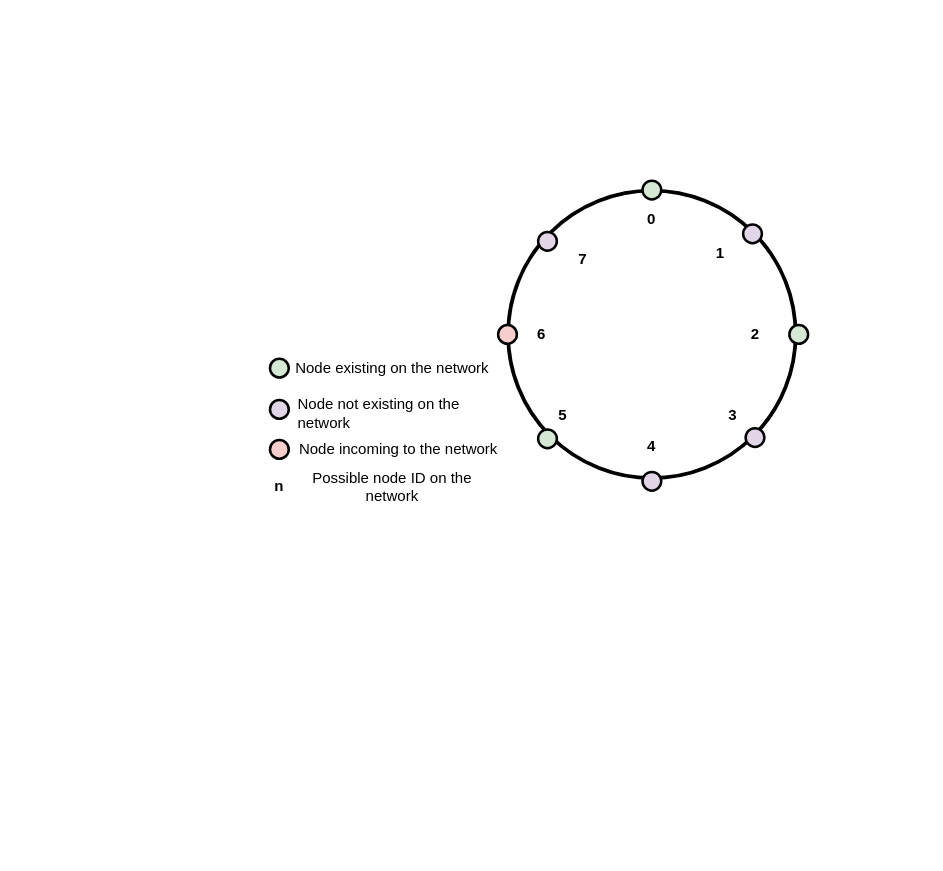
Earlier version of the draw.io diagram docs/images/faq_q2.drawio (DCN-project/nibble-sim). Source tidied: cells renumbered, new cells numbered last; positions are measured from the earlier drawing's top-left corner, leaving out a move shared by most shapes. Both pictures are drawn from the tidied source at 125%, with x=0, y=0 at pixel (254, 180).
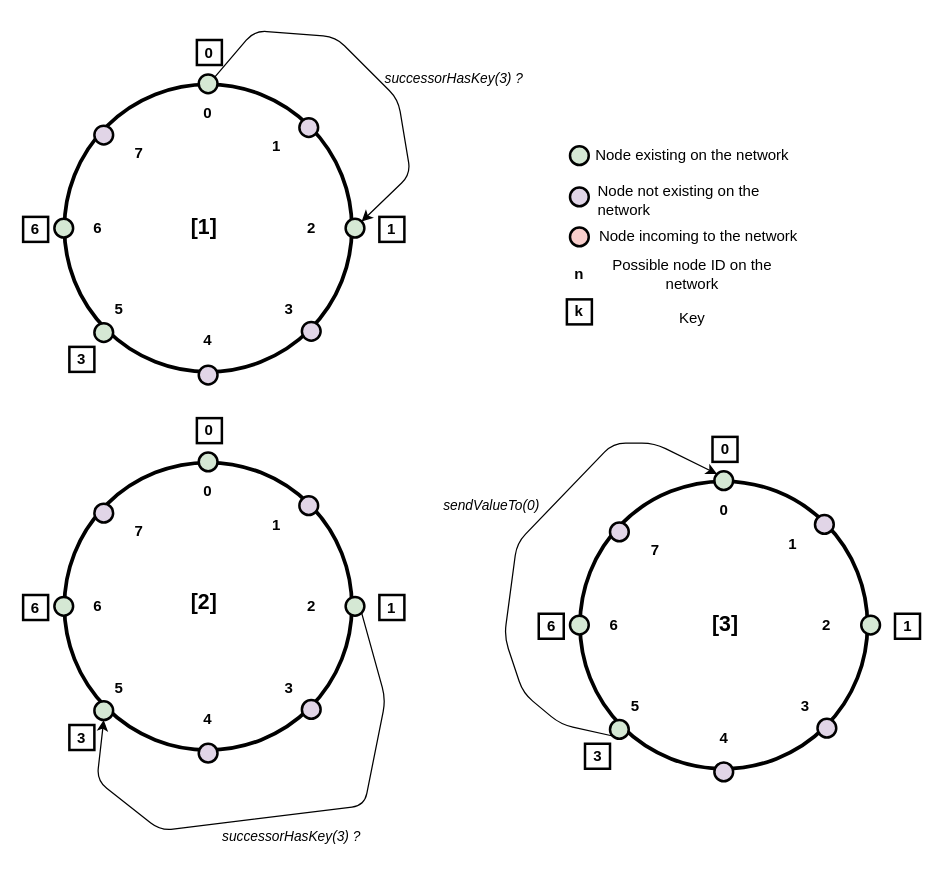
After the change.

Unchanged cells that the change refers to:
```xml
<mxCell id="6" style="ellipse;whiteSpace=wrap;html=1;strokeWidth=2;fillColor=#d5e8d4;" parent="2" vertex="1">
  <mxGeometry x="115.5" width="15" height="15" as="geometry" />
</mxCell>
<mxCell id="7" style="ellipse;whiteSpace=wrap;html=1;strokeWidth=2;fillColor=#d5e8d4;" parent="2" vertex="1">
  <mxGeometry x="233" y="115.5" width="15" height="15" as="geometry" />
</mxCell>
```

What changed in the source:
```diff
@@
+    <mxCell id="30" style="group;" parent="1" vertex="1">
+      <mxGeometry x="240" y="-30" width="197.5" height="150" as="geometry" />
+    </mxCell>
+    <mxCell id="21" value="Node not existing on the network" style="text;html=1;strokeColor=none;fillColor=none;align=left;verticalAlign=middle;whiteSpace=wrap;rounded=0;" parent="30" vertex="1">
+      <mxGeometry x="32.5" y="35.5" width="165" height="20" as="geometry" />
+    </mxCell>
+    <mxCell id="22" value="Node incoming to the network" style="text;html=1;strokeColor=none;fillColor=none;align=center;verticalAlign=middle;whiteSpace=wrap;rounded=0;" parent="30" vertex="1">
+      <mxGeometry x="32.5" y="65" width="165" height="20" as="geometry" />
+    </mxCell>
+    <mxCell id="24" value="&lt;b&gt;n&lt;/b&gt;" style="text;html=1;strokeColor=none;fillColor=none;align=center;verticalAlign=middle;whiteSpace=wrap;rounded=0;" parent="30" vertex="1">
+      <mxGeometry y="95" width="40" height="20" as="geometry" />
+    </mxCell>
+    <mxCell id="25" style="ellipse;whiteSpace=wrap;html=1;strokeWidth=2;fillColor=#d5e8d4;" parent="30" vertex="1">
+      <mxGeometry x="12.5" y="2.5" width="15" height="15" as="geometry" />
+    </mxCell>
+    <mxCell id="26" style="ellipse;whiteSpace=wrap;html=1;strokeWidth=2;fillColor=#e1d5e7;" parent="30" vertex="1">
+      <mxGeometry x="12.5" y="35.5" width="15" height="15" as="geometry" />
+    </mxCell>
+    <mxCell id="27" style="ellipse;whiteSpace=wrap;html=1;strokeWidth=2;fillColor=#f8cecc;" parent="30" vertex="1">
+      <mxGeometry x="12.5" y="67.5" width="15" height="15" as="geometry" />
+    </mxCell>
+    <mxCell id="28" value="Node existing on the network" style="text;html=1;strokeColor=none;fillColor=none;align=center;verticalAlign=middle;whiteSpace=wrap;rounded=0;" parent="30" vertex="1">
+      <mxGeometry x="27.5" width="165" height="20" as="geometry" />
+    </mxCell>
+    <mxCell id="29" value="Possible node ID on the network" style="text;html=1;strokeColor=none;fillColor=none;align=center;verticalAlign=middle;whiteSpace=wrap;rounded=0;" parent="30" vertex="1">
+      <mxGeometry x="27.5" y="95" width="165" height="20" as="geometry" />
+    </mxCell>
+    <mxCell id="31" value="&lt;b&gt;k&lt;/b&gt;" style="text;html=1;fillColor=none;align=center;verticalAlign=middle;whiteSpace=wrap;rounded=0;strokeColor=#000000;strokeWidth=2;" parent="30" vertex="1">
+      <mxGeometry x="10" y="125" width="20" height="20" as="geometry" />
+    </mxCell>
+    <mxCell id="32" value="Key" style="text;html=1;strokeColor=none;fillColor=none;align=center;verticalAlign=middle;whiteSpace=wrap;rounded=0;" parent="30" vertex="1">
+      <mxGeometry x="27.5" y="130" width="165" height="20" as="geometry" />
+    </mxCell>
+    <mxCell id="33" style="group;" parent="1" vertex="1">
+      <mxGeometry x="-185" y="-112.5" width="415" height="275.5" as="geometry" />
+    </mxCell>
-    <mxCell id="2" style="group;" parent="1" vertex="1">
-      <mxGeometry x="195" width="248" height="248" as="geometry" />
+    <mxCell id="2" style="group;" parent="33" vertex="1">
+      <mxGeometry x="25" y="27.5" width="248" height="248" as="geometry" />
     </mxCell>
@@
-    <mxCell id="5" style="ellipse;whiteSpace=wrap;html=1;strokeWidth=2;fillColor=#f8cecc;" parent="2" vertex="1">
+    <mxCell id="5" style="ellipse;whiteSpace=wrap;html=1;strokeWidth=2;fillColor=#d5e8d4;" parent="2" vertex="1">
       <mxGeometry y="115.5" width="15" height="15" as="geometry" />
     </mxCell>
@@
-    <mxCell id="20" style="group;" parent="1" vertex="1">
-      <mxGeometry y="140" width="197.5" height="115" as="geometry" />
-    </mxCell>
-    <mxCell id="21" value="Node not existing on the network" style="text;html=1;strokeColor=none;fillColor=none;align=left;verticalAlign=middle;whiteSpace=wrap;rounded=0;" parent="20" vertex="1">
-      <mxGeometry x="32.5" y="35.5" width="165" height="20" as="geometry" />
-    </mxCell>
-    <mxCell id="22" value="Node incoming to the network" style="text;html=1;strokeColor=none;fillColor=none;align=center;verticalAlign=middle;whiteSpace=wrap;rounded=0;" parent="20" vertex="1">
-      <mxGeometry x="32.5" y="65" width="165" height="20" as="geometry" />
-    </mxCell>
-    <mxCell id="23" style="group;" parent="20" vertex="1">
-      <mxGeometry width="192.5" height="115" as="geometry" />
-    </mxCell>
-    <mxCell id="24" value="&lt;b&gt;n&lt;/b&gt;" style="text;html=1;strokeColor=none;fillColor=none;align=center;verticalAlign=middle;whiteSpace=wrap;rounded=0;" parent="23" vertex="1">
-      <mxGeometry y="95" width="40" height="20" as="geometry" />
-    </mxCell>
-    <mxCell id="25" style="ellipse;whiteSpace=wrap;html=1;strokeWidth=2;fillColor=#d5e8d4;" parent="23" vertex="1">
-      <mxGeometry x="12.5" y="2.5" width="15" height="15" as="geometry" />
-    </mxCell>
-    <mxCell id="26" style="ellipse;whiteSpace=wrap;html=1;strokeWidth=2;fillColor=#e1d5e7;" parent="23" vertex="1">
-      <mxGeometry x="12.5" y="35.5" width="15" height="15" as="geometry" />
-    </mxCell>
-    <mxCell id="27" style="ellipse;whiteSpace=wrap;html=1;strokeWidth=2;fillColor=#f8cecc;" parent="23" vertex="1">
-      <mxGeometry x="12.5" y="67.5" width="15" height="15" as="geometry" />
-    </mxCell>
-    <mxCell id="28" value="Node existing on the network" style="text;html=1;strokeColor=none;fillColor=none;align=center;verticalAlign=middle;whiteSpace=wrap;rounded=0;" parent="23" vertex="1">
-      <mxGeometry x="27.5" width="165" height="20" as="geometry" />
-    </mxCell>
-    <mxCell id="29" value="Possible node ID on the network" style="text;html=1;strokeColor=none;fillColor=none;align=center;verticalAlign=middle;whiteSpace=wrap;rounded=0;" parent="23" vertex="1">
-      <mxGeometry x="27.5" y="95" width="165" height="20" as="geometry" />
-    </mxCell>
+    <mxCell id="34" style="endArrow=classic;html=1;exitX=1;exitY=0;exitDx=0;exitDy=0;entryX=1;entryY=0;entryDx=0;entryDy=0;" parent="2" edge="1" source="6" target="7">
+      <mxGeometry relative="1" as="geometry">
+        <Array as="points">
+          <mxPoint x="160" y="-35" />
+          <mxPoint x="225" y="-30" />
+          <mxPoint x="275" y="20" />
+          <mxPoint x="285" y="80" />
+        </Array>
+      </mxGeometry>
+    </mxCell>
+    <mxCell id="35" value="&lt;b&gt;3&lt;/b&gt;" style="text;html=1;fillColor=none;align=center;verticalAlign=middle;whiteSpace=wrap;rounded=0;strokeColor=#000000;strokeWidth=2;" parent="2" vertex="1">
+      <mxGeometry x="12" y="218" width="20" height="20" as="geometry" />
+    </mxCell>
+    <mxCell id="36" value="&lt;font style=&quot;font-size: 17px&quot;&gt;&lt;b&gt;[1]&lt;/b&gt;&lt;/font&gt;" style="text;html=1;strokeColor=none;fillColor=none;align=center;verticalAlign=middle;whiteSpace=wrap;rounded=0;" parent="2" vertex="1">
+      <mxGeometry x="100" y="113" width="40" height="20" as="geometry" />
+    </mxCell>
+    <mxCell id="37" value="&lt;b&gt;0&lt;/b&gt;" style="text;html=1;fillColor=none;align=center;verticalAlign=middle;whiteSpace=wrap;rounded=0;strokeColor=#000000;strokeWidth=2;" parent="33" vertex="1">
+      <mxGeometry x="139" width="20" height="20" as="geometry" />
+    </mxCell>
+    <mxCell id="38" value="&lt;b&gt;1&lt;/b&gt;" style="text;html=1;fillColor=none;align=center;verticalAlign=middle;whiteSpace=wrap;rounded=0;strokeColor=#000000;strokeWidth=2;" parent="33" vertex="1">
+      <mxGeometry x="285" y="141.5" width="20" height="20" as="geometry" />
+    </mxCell>
+    <mxCell id="39" value="&lt;b&gt;6&lt;/b&gt;" style="text;html=1;fillColor=none;align=center;verticalAlign=middle;whiteSpace=wrap;rounded=0;strokeColor=#000000;strokeWidth=2;" parent="33" vertex="1">
+      <mxGeometry y="141.5" width="20" height="20" as="geometry" />
+    </mxCell>
+    <mxCell id="40" value="&lt;i&gt;&lt;font style=&quot;font-size: 11px&quot;&gt;successorHasKey(3) ?&lt;/font&gt;&lt;/i&gt;" style="text;html=1;strokeColor=none;fillColor=none;align=center;verticalAlign=middle;whiteSpace=wrap;rounded=0;" parent="33" vertex="1">
+      <mxGeometry x="275" y="20" width="140" height="20" as="geometry" />
+    </mxCell>
+    <mxCell id="41" style="group;" parent="1" vertex="1">
+      <mxGeometry x="-185" y="190" width="305" height="345" as="geometry" />
+    </mxCell>
+    <mxCell id="42" style="group;" parent="41" vertex="1">
+      <mxGeometry x="25" y="27.5" width="248" height="248" as="geometry" />
+    </mxCell>
+    <mxCell id="43" style="ellipse;whiteSpace=wrap;html=1;fillColor=none;strokeWidth=3;" parent="42" vertex="1">
+      <mxGeometry x="8" y="8" width="230" height="230" as="geometry" />
+    </mxCell>
+    <mxCell id="44" style="ellipse;whiteSpace=wrap;html=1;strokeWidth=2;fillColor=#e1d5e7;" parent="42" vertex="1">
+      <mxGeometry x="115.5" y="233" width="15" height="15" as="geometry" />
+    </mxCell>
+    <mxCell id="45" style="ellipse;whiteSpace=wrap;html=1;strokeWidth=2;fillColor=#d5e8d4;" parent="42" vertex="1">
+      <mxGeometry y="115.5" width="15" height="15" as="geometry" />
+    </mxCell>
+    <mxCell id="46" style="ellipse;whiteSpace=wrap;html=1;strokeWidth=2;fillColor=#d5e8d4;" parent="42" vertex="1">
+      <mxGeometry x="115.5" width="15" height="15" as="geometry" />
+    </mxCell>
+    <mxCell id="47" style="ellipse;whiteSpace=wrap;html=1;strokeWidth=2;fillColor=#d5e8d4;" parent="42" vertex="1">
+      <mxGeometry x="233" y="115.5" width="15" height="15" as="geometry" />
+    </mxCell>
+    <mxCell id="48" style="ellipse;whiteSpace=wrap;html=1;strokeWidth=2;fillColor=#e1d5e7;" parent="42" vertex="1">
+      <mxGeometry x="198" y="198" width="15" height="15" as="geometry" />
+    </mxCell>
+    <mxCell id="49" style="ellipse;whiteSpace=wrap;html=1;strokeWidth=2;fillColor=#d5e8d4;" parent="42" vertex="1">
+      <mxGeometry x="32" y="199" width="15" height="15" as="geometry" />
+    </mxCell>
+    <mxCell id="50" style="ellipse;whiteSpace=wrap;html=1;strokeWidth=2;fillColor=#e1d5e7;" parent="42" vertex="1">
+      <mxGeometry x="32" y="41" width="15" height="15" as="geometry" />
+    </mxCell>
+    <mxCell id="51" style="ellipse;whiteSpace=wrap;html=1;strokeWidth=2;fillColor=#e1d5e7;" parent="42" vertex="1">
+      <mxGeometry x="196" y="35" width="15" height="15" as="geometry" />
+    </mxCell>
+    <mxCell id="52" value="&lt;b&gt;0&lt;/b&gt;" style="text;html=1;strokeColor=none;fillColor=none;align=center;verticalAlign=middle;whiteSpace=wrap;rounded=0;" parent="42" vertex="1">
+      <mxGeometry x="103" y="21" width="40" height="20" as="geometry" />
+    </mxCell>
+    <mxCell id="53" value="&lt;b&gt;1&lt;/b&gt;" style="text;html=1;strokeColor=none;fillColor=none;align=center;verticalAlign=middle;whiteSpace=wrap;rounded=0;" parent="42" vertex="1">
+      <mxGeometry x="158" y="48" width="40" height="20" as="geometry" />
+    </mxCell>
+    <mxCell id="54" value="&lt;b&gt;2&lt;/b&gt;" style="text;html=1;strokeColor=none;fillColor=none;align=center;verticalAlign=middle;whiteSpace=wrap;rounded=0;" parent="42" vertex="1">
+      <mxGeometry x="185.5" y="113" width="40" height="20" as="geometry" />
+    </mxCell>
+    <mxCell id="55" value="&lt;b&gt;3&lt;/b&gt;" style="text;html=1;strokeColor=none;fillColor=none;align=center;verticalAlign=middle;whiteSpace=wrap;rounded=0;" parent="42" vertex="1">
+      <mxGeometry x="168" y="178" width="40" height="20" as="geometry" />
+    </mxCell>
+    <mxCell id="56" value="&lt;b&gt;4&lt;/b&gt;" style="text;html=1;strokeColor=none;fillColor=none;align=center;verticalAlign=middle;whiteSpace=wrap;rounded=0;" parent="42" vertex="1">
+      <mxGeometry x="103" y="203" width="40" height="20" as="geometry" />
+    </mxCell>
+    <mxCell id="57" value="&lt;b&gt;5&lt;/b&gt;" style="text;html=1;strokeColor=none;fillColor=none;align=center;verticalAlign=middle;whiteSpace=wrap;rounded=0;" parent="42" vertex="1">
+      <mxGeometry x="32" y="178" width="40" height="20" as="geometry" />
+    </mxCell>
+    <mxCell id="58" value="&lt;b&gt;6&lt;/b&gt;" style="text;html=1;strokeColor=none;fillColor=none;align=center;verticalAlign=middle;whiteSpace=wrap;rounded=0;" parent="42" vertex="1">
+      <mxGeometry x="15" y="113" width="40" height="20" as="geometry" />
+    </mxCell>
+    <mxCell id="59" value="&lt;b&gt;7&lt;/b&gt;" style="text;html=1;strokeColor=none;fillColor=none;align=center;verticalAlign=middle;whiteSpace=wrap;rounded=0;" parent="42" vertex="1">
+      <mxGeometry x="48" y="53" width="40" height="20" as="geometry" />
+    </mxCell>
+    <mxCell id="60" value="&lt;b&gt;3&lt;/b&gt;" style="text;html=1;fillColor=none;align=center;verticalAlign=middle;whiteSpace=wrap;rounded=0;strokeColor=#000000;strokeWidth=2;" parent="42" vertex="1">
+      <mxGeometry x="12" y="218" width="20" height="20" as="geometry" />
+    </mxCell>
+    <mxCell id="61" style="endArrow=classic;html=1;exitX=1;exitY=1;exitDx=0;exitDy=0;entryX=0.5;entryY=1;entryDx=0;entryDy=0;" parent="42" edge="1" source="47" target="49">
+      <mxGeometry relative="1" as="geometry">
+        <Array as="points">
+          <mxPoint x="265" y="197.5" />
+          <mxPoint x="248" y="282.5" />
+          <mxPoint x="85" y="302.5" />
+          <mxPoint x="34" y="262.5" />
+        </Array>
+      </mxGeometry>
+    </mxCell>
+    <mxCell id="62" value="&lt;font style=&quot;font-size: 17px&quot;&gt;&lt;b&gt;[2]&lt;/b&gt;&lt;/font&gt;" style="text;html=1;strokeColor=none;fillColor=none;align=center;verticalAlign=middle;whiteSpace=wrap;rounded=0;" parent="42" vertex="1">
+      <mxGeometry x="100" y="110.5" width="40" height="20" as="geometry" />
+    </mxCell>
+    <mxCell id="63" value="&lt;b&gt;0&lt;/b&gt;" style="text;html=1;fillColor=none;align=center;verticalAlign=middle;whiteSpace=wrap;rounded=0;strokeColor=#000000;strokeWidth=2;" parent="41" vertex="1">
+      <mxGeometry x="139" width="20" height="20" as="geometry" />
+    </mxCell>
+    <mxCell id="64" value="&lt;b&gt;1&lt;/b&gt;" style="text;html=1;fillColor=none;align=center;verticalAlign=middle;whiteSpace=wrap;rounded=0;strokeColor=#000000;strokeWidth=2;" parent="41" vertex="1">
+      <mxGeometry x="285" y="141.5" width="20" height="20" as="geometry" />
+    </mxCell>
+    <mxCell id="65" value="&lt;b&gt;6&lt;/b&gt;" style="text;html=1;fillColor=none;align=center;verticalAlign=middle;whiteSpace=wrap;rounded=0;strokeColor=#000000;strokeWidth=2;" parent="41" vertex="1">
+      <mxGeometry y="141.5" width="20" height="20" as="geometry" />
+    </mxCell>
+    <mxCell id="66" value="&lt;i&gt;&lt;font style=&quot;font-size: 11px&quot;&gt;successorHasKey(3) ?&lt;/font&gt;&lt;/i&gt;" style="text;html=1;strokeColor=none;fillColor=none;align=center;verticalAlign=middle;whiteSpace=wrap;rounded=0;" parent="41" vertex="1">
+      <mxGeometry x="145" y="325" width="140" height="20" as="geometry" />
+    </mxCell>
+    <mxCell id="67" style="group;" parent="1" vertex="1">
+      <mxGeometry x="120" y="205" width="412.5" height="275.5" as="geometry" />
+    </mxCell>
+    <mxCell id="68" style="group;" parent="67" vertex="1">
+      <mxGeometry x="132.5" y="27.5" width="248" height="248" as="geometry" />
+    </mxCell>
+    <mxCell id="69" style="ellipse;whiteSpace=wrap;html=1;fillColor=none;strokeWidth=3;" parent="68" vertex="1">
+      <mxGeometry x="8" y="8" width="230" height="230" as="geometry" />
+    </mxCell>
+    <mxCell id="70" style="ellipse;whiteSpace=wrap;html=1;strokeWidth=2;fillColor=#e1d5e7;" parent="68" vertex="1">
+      <mxGeometry x="115.5" y="233" width="15" height="15" as="geometry" />
+    </mxCell>
+    <mxCell id="71" style="ellipse;whiteSpace=wrap;html=1;strokeWidth=2;fillColor=#d5e8d4;" parent="68" vertex="1">
+      <mxGeometry y="115.5" width="15" height="15" as="geometry" />
+    </mxCell>
+    <mxCell id="72" style="ellipse;whiteSpace=wrap;html=1;strokeWidth=2;fillColor=#d5e8d4;" parent="68" vertex="1">
+      <mxGeometry x="115.5" width="15" height="15" as="geometry" />
+    </mxCell>
+    <mxCell id="73" style="ellipse;whiteSpace=wrap;html=1;strokeWidth=2;fillColor=#d5e8d4;" parent="68" vertex="1">
+      <mxGeometry x="233" y="115.5" width="15" height="15" as="geometry" />
+    </mxCell>
+    <mxCell id="74" style="ellipse;whiteSpace=wrap;html=1;strokeWidth=2;fillColor=#e1d5e7;" parent="68" vertex="1">
+      <mxGeometry x="198" y="198" width="15" height="15" as="geometry" />
+    </mxCell>
+    <mxCell id="75" style="ellipse;whiteSpace=wrap;html=1;strokeWidth=2;fillColor=#d5e8d4;" parent="68" vertex="1">
+      <mxGeometry x="32" y="199" width="15" height="15" as="geometry" />
+    </mxCell>
+    <mxCell id="76" style="ellipse;whiteSpace=wrap;html=1;strokeWidth=2;fillColor=#e1d5e7;" parent="68" vertex="1">
+      <mxGeometry x="32" y="41" width="15" height="15" as="geometry" />
+    </mxCell>
+    <mxCell id="77" style="ellipse;whiteSpace=wrap;html=1;strokeWidth=2;fillColor=#e1d5e7;" parent="68" vertex="1">
+      <mxGeometry x="196" y="35" width="15" height="15" as="geometry" />
+    </mxCell>
+    <mxCell id="78" value="&lt;b&gt;0&lt;/b&gt;" style="text;html=1;strokeColor=none;fillColor=none;align=center;verticalAlign=middle;whiteSpace=wrap;rounded=0;" parent="68" vertex="1">
+      <mxGeometry x="103" y="21" width="40" height="20" as="geometry" />
+    </mxCell>
+    <mxCell id="79" value="&lt;b&gt;1&lt;/b&gt;" style="text;html=1;strokeColor=none;fillColor=none;align=center;verticalAlign=middle;whiteSpace=wrap;rounded=0;" parent="68" vertex="1">
+      <mxGeometry x="158" y="48" width="40" height="20" as="geometry" />
+    </mxCell>
+    <mxCell id="80" value="&lt;b&gt;2&lt;/b&gt;" style="text;html=1;strokeColor=none;fillColor=none;align=center;verticalAlign=middle;whiteSpace=wrap;rounded=0;" parent="68" vertex="1">
+      <mxGeometry x="185.5" y="113" width="40" height="20" as="geometry" />
+    </mxCell>
+    <mxCell id="81" value="&lt;b&gt;3&lt;/b&gt;" style="text;html=1;strokeColor=none;fillColor=none;align=center;verticalAlign=middle;whiteSpace=wrap;rounded=0;" parent="68" vertex="1">
+      <mxGeometry x="168" y="178" width="40" height="20" as="geometry" />
+    </mxCell>
+    <mxCell id="82" value="&lt;b&gt;4&lt;/b&gt;" style="text;html=1;strokeColor=none;fillColor=none;align=center;verticalAlign=middle;whiteSpace=wrap;rounded=0;" parent="68" vertex="1">
+      <mxGeometry x="103" y="203" width="40" height="20" as="geometry" />
+    </mxCell>
+    <mxCell id="83" value="&lt;b&gt;5&lt;/b&gt;" style="text;html=1;strokeColor=none;fillColor=none;align=center;verticalAlign=middle;whiteSpace=wrap;rounded=0;" parent="68" vertex="1">
+      <mxGeometry x="32" y="178" width="40" height="20" as="geometry" />
+    </mxCell>
+    <mxCell id="84" value="&lt;b&gt;6&lt;/b&gt;" style="text;html=1;strokeColor=none;fillColor=none;align=center;verticalAlign=middle;whiteSpace=wrap;rounded=0;" parent="68" vertex="1">
+      <mxGeometry x="15" y="113" width="40" height="20" as="geometry" />
+    </mxCell>
+    <mxCell id="85" value="&lt;b&gt;7&lt;/b&gt;" style="text;html=1;strokeColor=none;fillColor=none;align=center;verticalAlign=middle;whiteSpace=wrap;rounded=0;" parent="68" vertex="1">
+      <mxGeometry x="48" y="53" width="40" height="20" as="geometry" />
+    </mxCell>
+    <mxCell id="86" value="&lt;b&gt;3&lt;/b&gt;" style="text;html=1;fillColor=none;align=center;verticalAlign=middle;whiteSpace=wrap;rounded=0;strokeColor=#000000;strokeWidth=2;" parent="68" vertex="1">
+      <mxGeometry x="12" y="218" width="20" height="20" as="geometry" />
+    </mxCell>
+    <mxCell id="87" style="endArrow=classic;html=1;exitX=0;exitY=1;exitDx=0;exitDy=0;entryX=0;entryY=0;entryDx=0;entryDy=0;" parent="68" edge="1" source="75" target="72">
+      <mxGeometry relative="1" as="geometry">
+        <Array as="points">
+          <mxPoint x="-7.5" y="202.5" />
+          <mxPoint x="-37.5" y="177.5" />
+          <mxPoint x="-52.5" y="132.5" />
+          <mxPoint x="-42.5" y="57.5" />
+          <mxPoint x="34.5" y="-22.5" />
+          <mxPoint x="67.5" y="-22.5" />
+        </Array>
+      </mxGeometry>
+    </mxCell>
+    <mxCell id="88" value="&lt;font style=&quot;font-size: 17px&quot;&gt;&lt;b&gt;[3]&lt;/b&gt;&lt;/font&gt;" style="text;html=1;strokeColor=none;fillColor=none;align=center;verticalAlign=middle;whiteSpace=wrap;rounded=0;" parent="68" vertex="1">
+      <mxGeometry x="104" y="113" width="40" height="20" as="geometry" />
+    </mxCell>
+    <mxCell id="89" value="&lt;b&gt;0&lt;/b&gt;" style="text;html=1;fillColor=none;align=center;verticalAlign=middle;whiteSpace=wrap;rounded=0;strokeColor=#000000;strokeWidth=2;" parent="67" vertex="1">
+      <mxGeometry x="246.5" width="20" height="20" as="geometry" />
+    </mxCell>
+    <mxCell id="90" value="&lt;b&gt;1&lt;/b&gt;" style="text;html=1;fillColor=none;align=center;verticalAlign=middle;whiteSpace=wrap;rounded=0;strokeColor=#000000;strokeWidth=2;" parent="67" vertex="1">
+      <mxGeometry x="392.5" y="141.5" width="20" height="20" as="geometry" />
+    </mxCell>
+    <mxCell id="91" value="&lt;b&gt;6&lt;/b&gt;" style="text;html=1;fillColor=none;align=center;verticalAlign=middle;whiteSpace=wrap;rounded=0;strokeColor=#000000;strokeWidth=2;" parent="67" vertex="1">
+      <mxGeometry x="107.5" y="141.5" width="20" height="20" as="geometry" />
+    </mxCell>
+    <mxCell id="92" value="&lt;i&gt;&lt;font style=&quot;font-size: 11px&quot;&gt;sendValueTo(0)&lt;/font&gt;&lt;/i&gt;" style="text;html=1;strokeColor=none;fillColor=none;align=center;verticalAlign=middle;whiteSpace=wrap;rounded=0;" parent="67" vertex="1">
+      <mxGeometry y="45" width="140" height="20" as="geometry" />
+    </mxCell>
```
